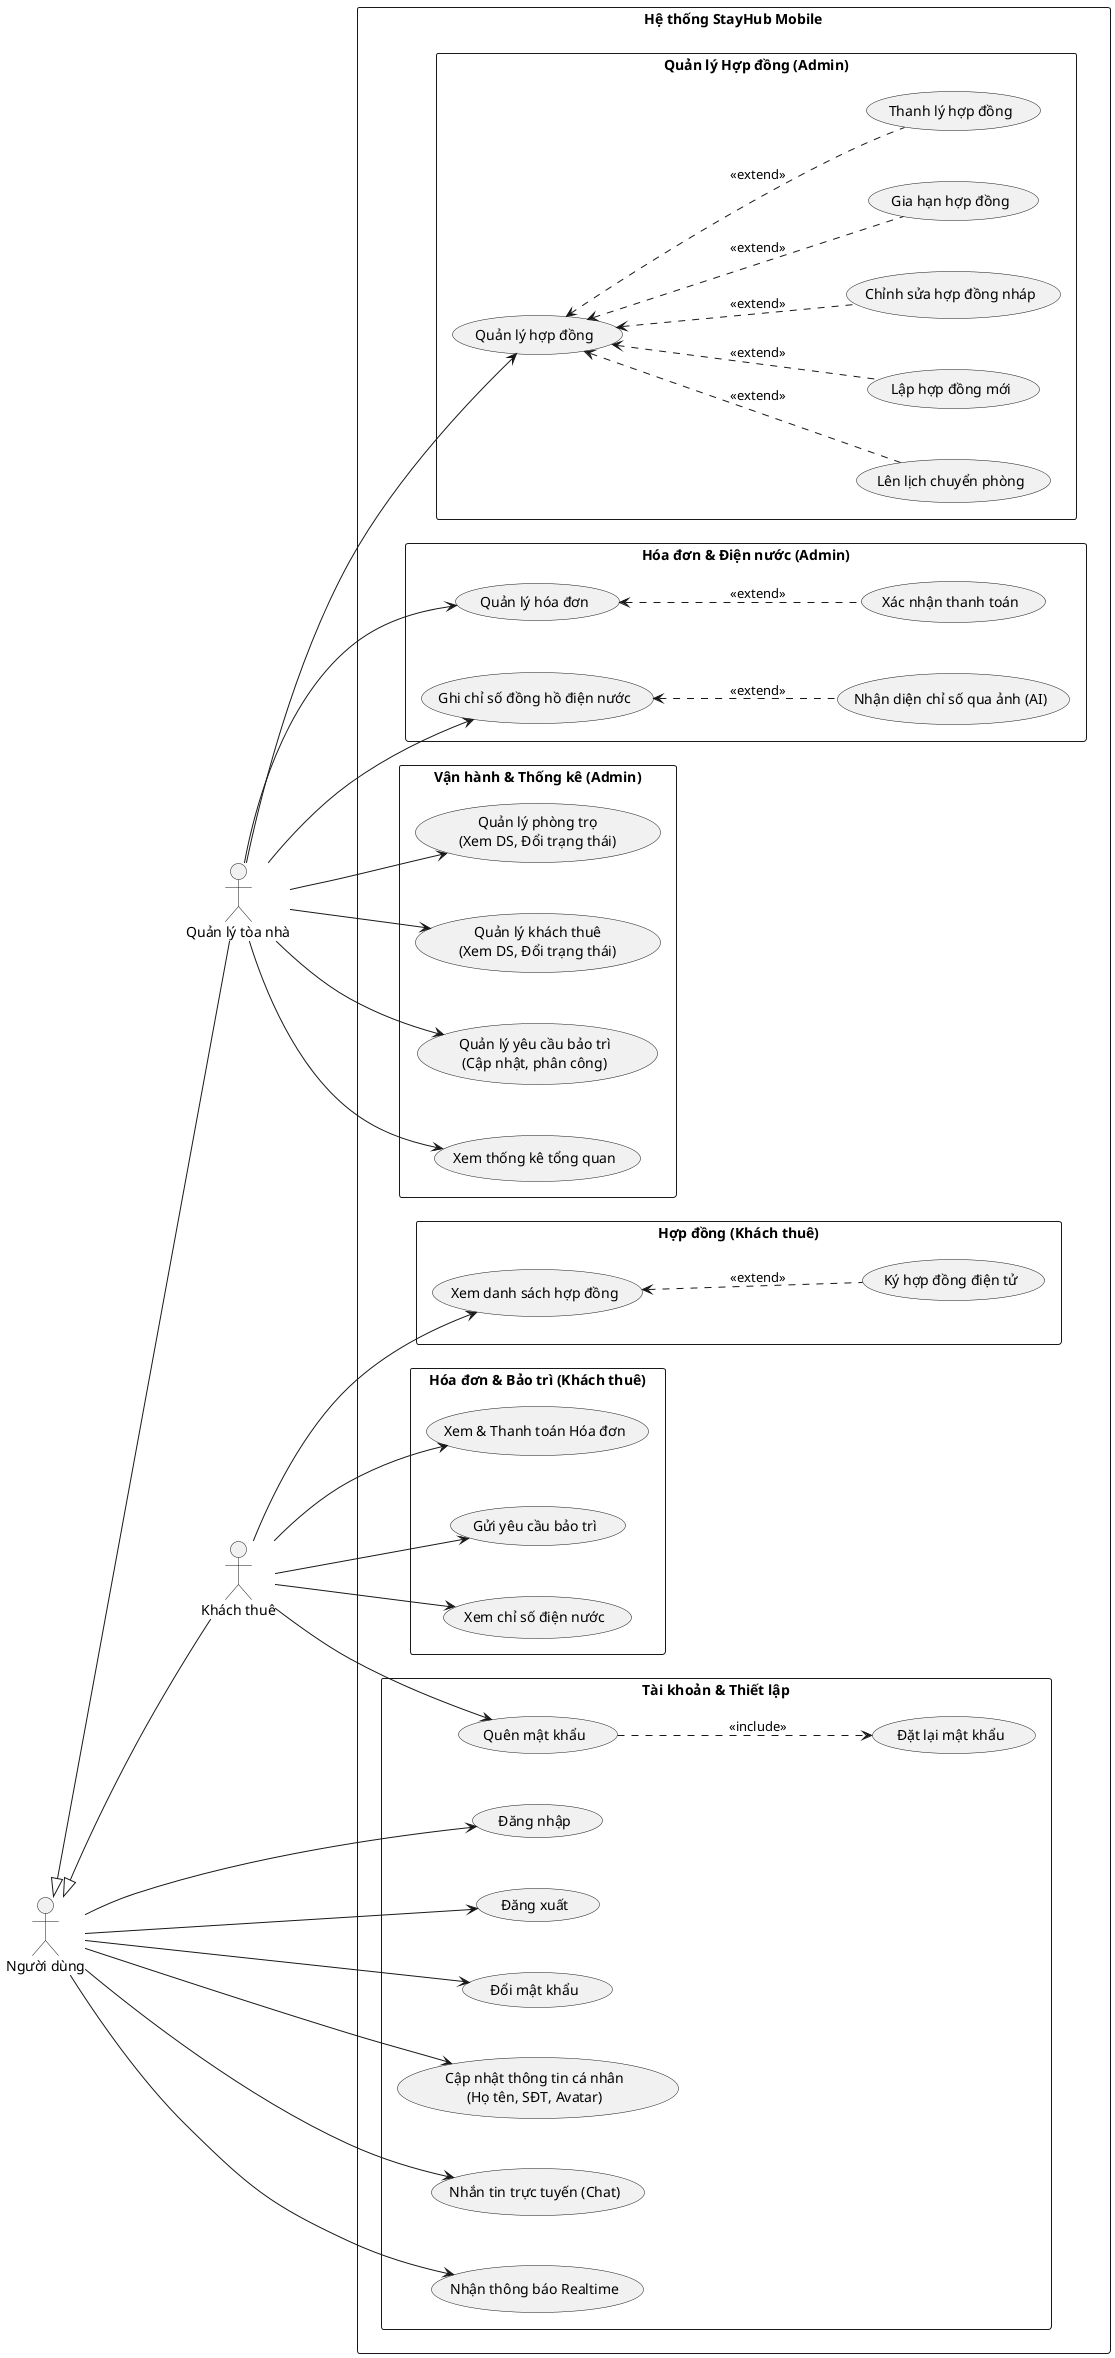
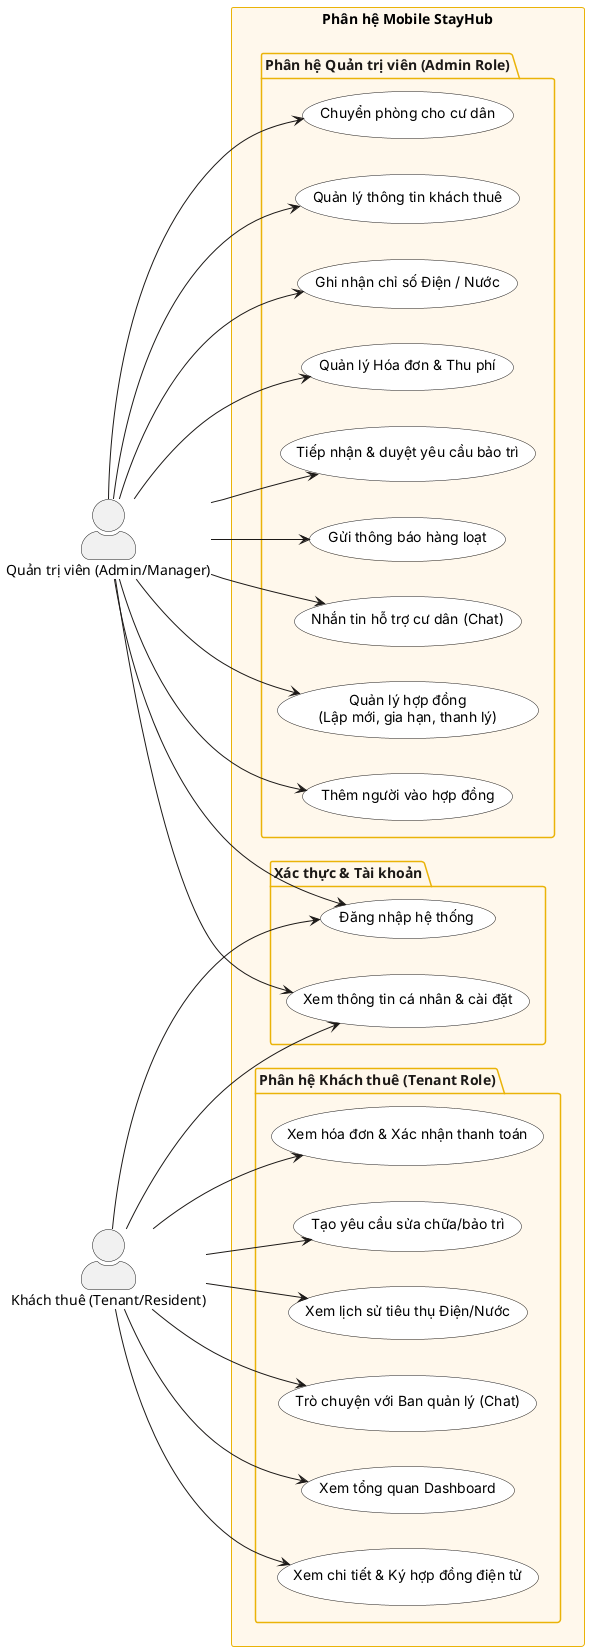
- @startuml
+ @startuml Usecase_Mobile_StayHub
+ skinparam actorStyle awesome
left to right direction
- skinparam packageStyle rectangle
- skinparam shadowing false
- skinparam ranksep 100
- skinparam nodesep 50

- ' Define Actors
- actor "Người dùng" as User
- actor "Quản lý tòa nhà" as Manager
- actor "Khách thuê" as Tenant
+ skinparam package {
+     BackgroundColor #FFF8EC
+     BorderColor #EAB308
+     FontColor #1C1917
+ }

- ' Inheritance relations
- Manager -up-|> User
- Tenant -up-|> User
+ skinparam usecase {
+     BackgroundColor #FFFFFF
+     BorderColor #1C1917
+     ArrowColor #1C1917
+     ActorBorderColor #1C1917
+     FontName "Inter"
+ }

- rectangle "Hệ thống StayHub Mobile" {
+ actor "Quản trị viên (Admin/Manager)" as Admin
+ actor "Khách thuê (Tenant/Resident)" as Tenant

-     rectangle "Tài khoản & Thiết lập" {
-         usecase "Đăng nhập" as UC_Login
-         usecase "Đăng xuất" as UC_Logout
-         usecase "Đổi mật khẩu" as UC_ChangePassword
-         usecase "Cập nhật thông tin cá nhân\n(Họ tên, SĐT, Avatar)" as UC_UpdateProfile
-         usecase "Nhắn tin trực tuyến (Chat)" as UC_Chat
-         usecase "Nhận thông báo Realtime" as UC_ReceiveNotifications
- 
-         usecase "Quên mật khẩu" as UC_ForgotPassword
-         usecase "Đặt lại mật khẩu" as UC_ResetPassword
-         UC_ForgotPassword .down.> UC_ResetPassword : <<include>>
+ rectangle "Phân hệ Mobile StayHub" {
+     package "Xác thực & Tài khoản" {
+         usecase "Đăng nhập hệ thống" as UC_Login
+         usecase "Xem thông tin cá nhân & cài đặt" as UC_Profile
    }

-     rectangle "Hợp đồng (Khách thuê)" {
-         usecase "Xem danh sách hợp đồng" as UC_TenantContracts
-         usecase "Ký hợp đồng điện tử" as UC_SignContract
-         UC_TenantContracts <.. UC_SignContract : <<extend>>
+     package "Phân hệ Quản trị viên (Admin Role)" {
+         usecase "Quản lý hợp đồng\n(Lập mới, gia hạn, thanh lý)" as UC_ManageContracts
+         usecase "Thêm người vào hợp đồng" as UC_AddTenantContract
+         usecase "Chuyển phòng cho cư dân" as UC_RoomTransfer
+         usecase "Quản lý thông tin khách thuê" as UC_ManageTenants
+         usecase "Ghi nhận chỉ số Điện / Nước" as UC_Meters
+         usecase "Quản lý Hóa đơn & Thu phí" as UC_Invoices
+         usecase "Tiếp nhận & duyệt yêu cầu bảo trì" as UC_ManageMaintenance
+         usecase "Gửi thông báo hàng loạt" as UC_Notifications
+         usecase "Nhắn tin hỗ trợ cư dân (Chat)" as UC_ChatAdmin
    }

-     rectangle "Hóa đơn & Bảo trì (Khách thuê)" {
-         usecase "Xem & Thanh toán Hóa đơn" as UC_ViewInvoices
-         usecase "Gửi yêu cầu bảo trì" as UC_CreateMaintenance
-         usecase "Xem chỉ số điện nước" as UC_ViewUtilities
-     }
- 
-     rectangle "Quản lý Hợp đồng (Admin)" {
-         usecase "Quản lý hợp đồng" as UC_ManageContracts
-         usecase "Lập hợp đồng mới" as UC_CreateContract
-         usecase "Chỉnh sửa hợp đồng nháp" as UC_EditContract
-         usecase "Gia hạn hợp đồng" as UC_RenewContract
-         usecase "Thanh lý hợp đồng" as UC_TerminateContract
-         usecase "Lên lịch chuyển phòng" as UC_TransferRoom
- 
-         UC_ManageContracts <.. UC_CreateContract : <<extend>>
-         UC_ManageContracts <.. UC_EditContract : <<extend>>
-         UC_ManageContracts <.. UC_RenewContract : <<extend>>
-         UC_ManageContracts <.. UC_TerminateContract : <<extend>>
-         UC_ManageContracts <.. UC_TransferRoom : <<extend>>
-     }
- 
-     rectangle "Hóa đơn & Điện nước (Admin)" {
-         usecase "Quản lý hóa đơn" as UC_ManageInvoices
-         usecase "Xác nhận thanh toán" as UC_ConfirmPayment
-         UC_ManageInvoices <.. UC_ConfirmPayment : <<extend>>
- 
-         usecase "Ghi chỉ số đồng hồ điện nước" as UC_RecordMeter
-         usecase "Nhận diện chỉ số qua ảnh (AI)" as UC_MeterAI
-         UC_RecordMeter <.. UC_MeterAI : <<extend>>
-     }
- 
-     rectangle "Vận hành & Thống kê (Admin)" {
-         usecase "Quản lý phòng trọ\n(Xem DS, Đổi trạng thái)" as UC_ManageRooms
-         usecase "Quản lý khách thuê\n(Xem DS, Đổi trạng thái)" as UC_ManageTenants
-         usecase "Quản lý yêu cầu bảo trì\n(Cập nhật, phân công)" as UC_ManageMaintenance
-         usecase "Xem thống kê tổng quan" as UC_ViewStats
+     package "Phân hệ Khách thuê (Tenant Role)" {
+         usecase "Xem tổng quan Dashboard" as UC_TenantDashboard
+         usecase "Xem chi tiết & Ký hợp đồng điện tử" as UC_SignContract
+         usecase "Xem hóa đơn & Xác nhận thanh toán" as UC_TenantInvoices
+         usecase "Tạo yêu cầu sửa chữa/bảo trì" as UC_CreateMaintenance
+         usecase "Xem lịch sử tiêu thụ Điện/Nước" as UC_TenantUtilities
+         usecase "Trò chuyện với Ban quản lý (Chat)" as UC_ChatTenant
    }
}

- ' Links for Shared Accounts
- User --> UC_Login
- User --> UC_Logout
- User --> UC_ChangePassword
- User --> UC_UpdateProfile
- User --> UC_Chat
- User --> UC_ReceiveNotifications
+ Admin --> UC_Login
+ Admin --> UC_Profile
+ Admin --> UC_ManageContracts
+ Admin --> UC_AddTenantContract
+ Admin --> UC_RoomTransfer
+ Admin --> UC_ManageTenants
+ Admin --> UC_Meters
+ Admin --> UC_Invoices
+ Admin --> UC_ManageMaintenance
+ Admin --> UC_Notifications
+ Admin --> UC_ChatAdmin

- ' Tenant Links
- Tenant --> UC_ForgotPassword
- Tenant --> UC_TenantContracts
- Tenant --> UC_ViewInvoices
+ Tenant --> UC_Login
+ Tenant --> UC_Profile
+ Tenant --> UC_TenantDashboard
+ Tenant --> UC_SignContract
+ Tenant --> UC_TenantInvoices
Tenant --> UC_CreateMaintenance
- Tenant --> UC_ViewUtilities
+ Tenant --> UC_TenantUtilities
+ Tenant --> UC_ChatTenant

- ' Manager Links
- Manager --> UC_ViewStats
- Manager --> UC_ManageRooms
- Manager --> UC_ManageTenants
- Manager --> UC_ManageContracts
- Manager --> UC_ManageInvoices
- Manager --> UC_RecordMeter
- Manager --> UC_ManageMaintenance
- 
- @endum
+ @enduml
